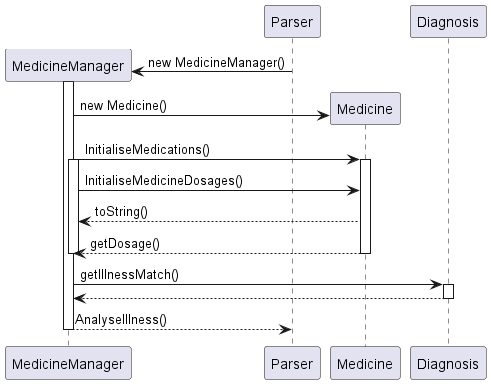
Earlier version of the PlantUML export docs/diagrams/MedicineSequenceDiagram.png (nus-cs2113-AY2223S2/tp). Its source is kept beside it as docs/diagrams/MedicineSequenceDiagram.puml. Its diagram source:
```plantuml
@startuml



create MedicineManager
Parser -> MedicineManager : new MedicineManager()
activate MedicineManager
create Medicine
MedicineManager -> Medicine: new Medicine()
MedicineManager -> Medicine: InitialiseMedications()
activate MedicineManager
activate Medicine
MedicineManager -> Medicine: InitialiseMedicineDosages()
Medicine --> MedicineManager: toString()
Medicine --> MedicineManager: getDosage()
deactivate Medicine
deactivate MedicineManager
MedicineManager -> Diagnosis: getIllnessMatch()
activate Diagnosis
Diagnosis --> MedicineManager
deactivate Diagnosis



MedicineManager --> Parser: AnalyseIllness()
deactivate MedicineManager


@enduml
```
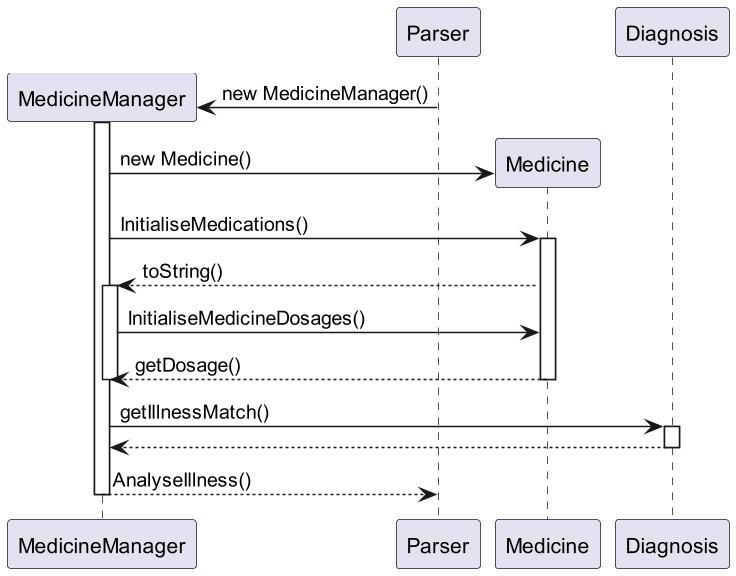
After the commit.

Commit message:
Updated Developer guide Created more MedicineManager Junit tests

What changed in the source:
```diff
@@ -8,10 +8,12 @@
 create Medicine
 MedicineManager -> Medicine: new Medicine()
 MedicineManager -> Medicine: InitialiseMedications()
+activate Medicine
+Medicine --> MedicineManager: toString()
 activate MedicineManager
-activate Medicine
+
 MedicineManager -> Medicine: InitialiseMedicineDosages()
-Medicine --> MedicineManager: toString()
+
 Medicine --> MedicineManager: getDosage()
 deactivate Medicine
 deactivate MedicineManager
```
